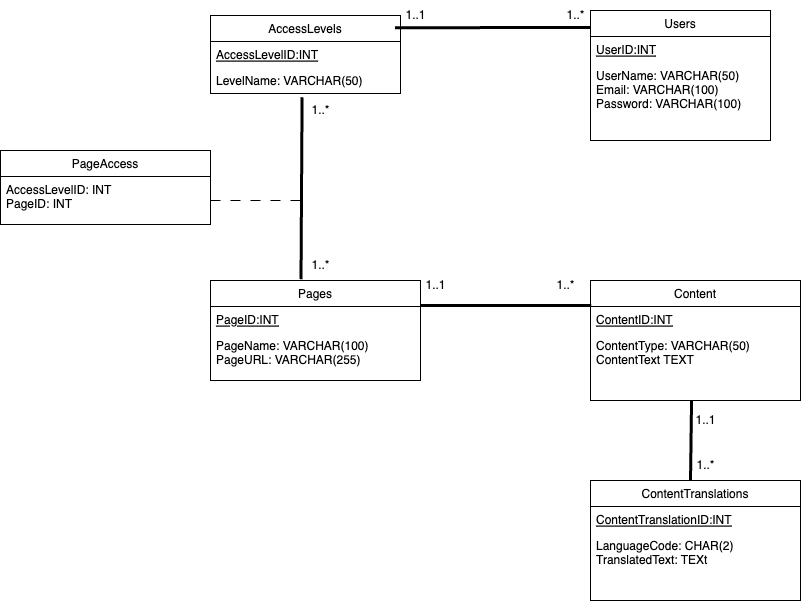
Earlier version of the draw.io export mywebapp/doc/BDD/Base de donées.png (cyang2001/APP-Informatique). Source tidied: cells renumbered, new cells last; positions are measured from the earlier drawing's top-left corner, leaving out a move shared by most shapes.
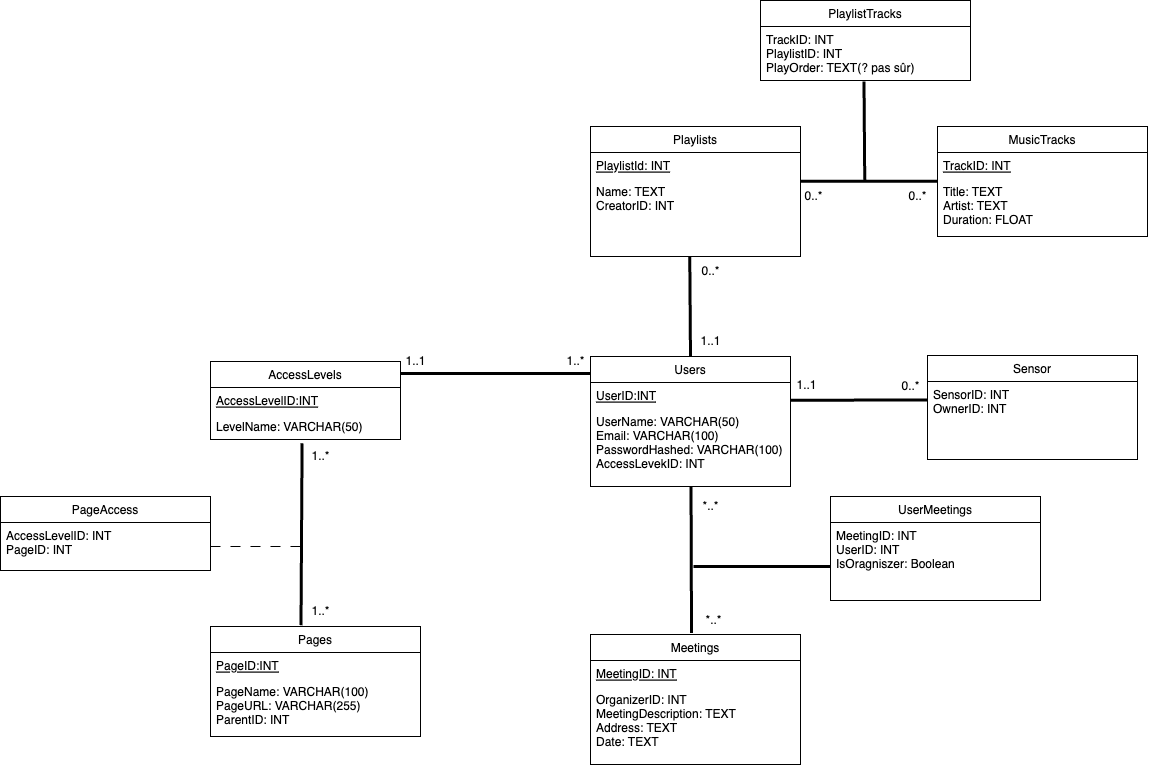
The same diagram one commit later.

The edit, as a diff of the source:
```diff
@@ -3,13 +3,13 @@
     <mxCell id="0" />
     <mxCell id="1" parent="0" />
     <mxCell id="2" value="Users" style="swimlane;fontStyle=0;horizontal=1;startSize=26;fillColor=none;" parent="1" vertex="1">
-      <mxGeometry x="590" y="10" width="180" height="130" as="geometry" />
+      <mxGeometry x="590" y="10" width="200" height="130" as="geometry" />
     </mxCell>
     <mxCell id="3" value="UserID:INT" style="text;strokeColor=none;fillColor=none;align=left;verticalAlign=top;spacingLeft=4;spacingRight=4;overflow=hidden;fontStyle=4;" parent="2" vertex="1">
-      <mxGeometry y="26" width="180" height="26" as="geometry" />
+      <mxGeometry y="26" width="200" height="26" as="geometry" />
     </mxCell>
-    <mxCell id="4" value="UserName: VARCHAR(50)&#10;Email: VARCHAR(100)&#10;Password: VARCHAR(100)&#10;" style="text;strokeColor=none;fillColor=none;align=left;verticalAlign=top;spacingLeft=4;spacingRight=4;overflow=hidden;" parent="2" vertex="1">
-      <mxGeometry y="52" width="180" height="78" as="geometry" />
+    <mxCell id="4" value="UserName: VARCHAR(50)&#10;Email: VARCHAR(100)&#10;PasswordHashed: VARCHAR(100)&#10;AccessLevekID: INT" style="text;strokeColor=none;fillColor=none;align=left;verticalAlign=top;spacingLeft=4;spacingRight=4;overflow=hidden;" parent="2" vertex="1">
+      <mxGeometry y="52" width="200" height="78" as="geometry" />
     </mxCell>
     <mxCell id="5" value="AccessLevels" style="swimlane;fontStyle=0;horizontal=1;startSize=26;fillColor=none;" parent="1" vertex="1">
       <mxGeometry x="210" y="15" width="190" height="78" as="geometry" />
@@ -21,13 +21,13 @@
       <mxGeometry y="52" width="190" height="26" as="geometry" />
     </mxCell>
     <mxCell id="8" value="Pages" style="swimlane;fontStyle=0;horizontal=1;startSize=26;fillColor=none;" parent="1" vertex="1">
-      <mxGeometry x="210" y="280" width="210" height="100" as="geometry" />
+      <mxGeometry x="210" y="280" width="210" height="110" as="geometry" />
     </mxCell>
     <mxCell id="9" value="PageID:INT" style="text;strokeColor=none;fillColor=none;align=left;verticalAlign=top;spacingLeft=4;spacingRight=4;overflow=hidden;fontStyle=4;" parent="8" vertex="1">
       <mxGeometry y="26" width="210" height="26" as="geometry" />
     </mxCell>
-    <mxCell id="10" value="PageName: VARCHAR(100)&#10;PageURL: VARCHAR(255)" style="text;strokeColor=none;fillColor=none;align=left;verticalAlign=top;spacingLeft=4;spacingRight=4;overflow=hidden;" parent="8" vertex="1">
-      <mxGeometry y="52" width="210" height="48" as="geometry" />
+    <mxCell id="10" value="PageName: VARCHAR(100)&#10;PageURL: VARCHAR(255)&#10;ParentID: INT&#10;" style="text;strokeColor=none;fillColor=none;align=left;verticalAlign=top;spacingLeft=4;spacingRight=4;overflow=hidden;" parent="8" vertex="1">
+      <mxGeometry y="52" width="210" height="58" as="geometry" />
     </mxCell>
     <mxCell id="11" value="PageAccess" style="swimlane;fontStyle=0;horizontal=1;startSize=26;fillColor=none;" parent="1" vertex="1">
       <mxGeometry y="150" width="210" height="74" as="geometry" />
@@ -35,8 +35,10 @@
     <mxCell id="12" value="AccessLevelID: INT&#10;PageID: INT" style="text;strokeColor=none;fillColor=none;align=left;verticalAlign=top;spacingLeft=4;spacingRight=4;overflow=hidden;points=[[0,0.5],[1,0.5]];portConstraint=eastwest;" parent="11" vertex="1">
       <mxGeometry y="26" width="210" height="48" as="geometry" />
     </mxCell>
-    <mxCell id="13" style="endArrow=none;startArrow=none;endFill=0;startFill=0;endSize=8;html=1;verticalAlign=bottom;labelBackgroundColor=none;strokeWidth=3;exitX=-0.01;exitY=0.91;exitDx=0;exitDy=0;exitPerimeter=0;entryX=-0.002;entryY=0.13;entryDx=0;entryDy=0;entryPerimeter=0;" parent="1" edge="1" source="14" target="2">
-      <mxGeometry relative="1" as="geometry" />
+    <mxCell id="13" style="endArrow=none;startArrow=none;endFill=0;startFill=0;endSize=8;html=1;verticalAlign=bottom;labelBackgroundColor=none;strokeWidth=3;entryX=-0.002;entryY=0.13;entryDx=0;entryDy=0;entryPerimeter=0;" parent="1" edge="1" target="2">
+      <mxGeometry relative="1" as="geometry">
+        <mxPoint x="400" y="27" as="sourcePoint" />
+      </mxGeometry>
     </mxCell>
     <mxCell id="14" value="1..1" style="text;html=1;align=center;verticalAlign=middle;points=[];strokeColor=none;fillColor=none;" parent="1" vertex="1">
       <mxGeometry x="395" width="40" height="30" as="geometry" />
@@ -58,44 +60,108 @@
     <mxCell id="19" value="1..*" style="text;html=1;align=center;verticalAlign=middle;strokeColor=none;fillColor=none;" parent="1" vertex="1">
       <mxGeometry x="300" y="250" width="40" height="30" as="geometry" />
     </mxCell>
-    <mxCell id="20" value="Content" style="swimlane;fontStyle=0;horizontal=1;startSize=26;fillColor=none;" parent="1" vertex="1">
-      <mxGeometry x="590" y="280" width="210" height="120" as="geometry" />
-    </mxCell>
-    <mxCell id="21" value="ContentID:INT" style="text;strokeColor=none;fillColor=none;align=left;verticalAlign=top;spacingLeft=4;spacingRight=4;overflow=hidden;points=[[0,0.5],[1,0.5]];portConstraint=eastwest;fontStyle=4;" parent="20" vertex="1">
-      <mxGeometry y="26" width="210" height="26" as="geometry" />
-    </mxCell>
-    <mxCell id="22" value="ContentType: VARCHAR(50)&#10;ContentText TEXT" style="text;strokeColor=none;fillColor=none;align=left;verticalAlign=top;spacingLeft=4;spacingRight=4;overflow=hidden;" parent="20" vertex="1">
-      <mxGeometry y="52" width="210" height="68" as="geometry" />
-    </mxCell>
-    <mxCell id="23" style="endArrow=none;startArrow=none;endFill=0;startFill=0;endSize=8;html=1;verticalAlign=bottom;labelBackgroundColor=none;strokeWidth=3;exitX=1;exitY=0.25;exitDx=0;exitDy=0;entryX=0.004;entryY=-0.042;entryDx=0;entryDy=0;entryPerimeter=0;" parent="1" edge="1" source="8" target="21">
-      <mxGeometry relative="1" as="geometry" />
-    </mxCell>
-    <mxCell id="24" value="1..1" style="text;html=1;align=center;verticalAlign=middle;strokeColor=none;fillColor=none;" parent="1" vertex="1">
-      <mxGeometry x="415" y="270" width="40" height="30" as="geometry" />
-    </mxCell>
-    <mxCell id="25" value="1..*" style="text;html=1;align=center;verticalAlign=middle;strokeColor=none;fillColor=none;" parent="1" vertex="1">
-      <mxGeometry x="545" y="270" width="40" height="30" as="geometry" />
-    </mxCell>
-    <mxCell id="26" value="ContentTranslations" style="swimlane;fontStyle=0;horizontal=1;startSize=26;fillColor=none;" parent="1" vertex="1">
-      <mxGeometry x="590" y="480" width="210" height="120" as="geometry" />
-    </mxCell>
-    <mxCell id="27" value="ContentTranslationID:INT" style="text;strokeColor=none;fillColor=none;align=left;verticalAlign=top;spacingLeft=4;spacingRight=4;overflow=hidden;fontStyle=4;" parent="26" vertex="1">
-      <mxGeometry y="26" width="210" height="26" as="geometry" />
-    </mxCell>
-    <mxCell id="28" value="LanguageCode: CHAR(2)&#10;TranslatedText: TEXt" style="text;strokeColor=none;fillColor=none;align=left;verticalAlign=top;spacingLeft=4;spacingRight=4;overflow=hidden;" parent="26" vertex="1">
-      <mxGeometry y="52" width="210" height="68" as="geometry" />
-    </mxCell>
-    <mxCell id="29" style="endArrow=none;startArrow=none;endFill=0;startFill=0;endSize=8;html=1;verticalAlign=bottom;labelBackgroundColor=none;strokeWidth=3;exitX=0.482;exitY=1.142;exitDx=0;exitDy=0;exitPerimeter=0;" parent="1" edge="1">
-      <mxGeometry relative="1" as="geometry">
-        <mxPoint x="691.1" y="400" as="sourcePoint" />
-        <mxPoint x="690" y="480" as="targetPoint" />
-      </mxGeometry>
-    </mxCell>
-    <mxCell id="30" value="1..1" style="text;html=1;align=center;verticalAlign=middle;strokeColor=none;fillColor=none;" parent="1" vertex="1">
-      <mxGeometry x="685" y="405" width="40" height="30" as="geometry" />
-    </mxCell>
-    <mxCell id="31" value="1..*" style="text;html=1;align=center;verticalAlign=middle;points=[];strokeColor=none;fillColor=none;" parent="1" vertex="1">
-      <mxGeometry x="685" y="450" width="40" height="30" as="geometry" />
+    <mxCell id="31" value="Meetings" style="swimlane;fontStyle=0;horizontal=1;startSize=26;fillColor=none;" parent="1" vertex="1">
+      <mxGeometry x="590" y="288" width="210" height="130" as="geometry" />
     </mxCell>
+    <mxCell id="32" value="MeetingID: INT" style="text;strokeColor=none;fillColor=none;align=left;verticalAlign=top;spacingLeft=4;spacingRight=4;overflow=hidden;fontStyle=4;" parent="31" vertex="1">
+      <mxGeometry y="26" width="210" height="26" as="geometry" />
+    </mxCell>
+    <mxCell id="33" value="OrganizerID: INT&#10;MeetingDescription: TEXT&#10;Address: TEXT&#10;Date: TEXT" style="text;strokeColor=none;fillColor=none;align=left;verticalAlign=top;spacingLeft=4;spacingRight=4;overflow=hidden;" parent="31" vertex="1">
+      <mxGeometry y="52" width="210" height="78" as="geometry" />
+    </mxCell>
+    <mxCell id="34" style="endArrow=none;startArrow=none;endFill=0;startFill=0;endSize=8;html=1;verticalAlign=bottom;labelBackgroundColor=none;strokeWidth=3;exitX=0.482;exitY=1.142;exitDx=0;exitDy=0;exitPerimeter=0;entryX=0.481;entryY=-0.012;entryDx=0;entryDy=0;entryPerimeter=0;" parent="1" edge="1" target="31">
+      <mxGeometry relative="1" as="geometry">
+        <mxPoint x="690.5" y="140" as="sourcePoint" />
+      </mxGeometry>
+    </mxCell>
+    <mxCell id="35" value="*..*" style="text;html=1;align=center;verticalAlign=middle;strokeColor=none;fillColor=none;" parent="1" vertex="1">
+      <mxGeometry x="690" y="145" width="40" height="30" as="geometry" />
+    </mxCell>
+    <mxCell id="36" value="*..*" style="text;html=1;align=center;verticalAlign=middle;strokeColor=none;fillColor=none;" parent="1" vertex="1">
+      <mxGeometry x="693" y="259" width="40" height="30" as="geometry" />
+    </mxCell>
+    <mxCell id="37" style="endArrow=none;startArrow=none;endFill=0;startFill=0;endSize=8;html=1;verticalAlign=bottom;labelBackgroundColor=none;strokeWidth=3;" parent="1" edge="1">
+      <mxGeometry relative="1" as="geometry">
+        <mxPoint x="693" y="220.1" as="sourcePoint" />
+        <mxPoint x="830" y="220" as="targetPoint" />
+      </mxGeometry>
+    </mxCell>
+    <mxCell id="38" value="UserMeetings" style="swimlane;fontStyle=0;horizontal=1;startSize=26;fillColor=none;" parent="1" vertex="1">
+      <mxGeometry x="830" y="150" width="210" height="104" as="geometry" />
+    </mxCell>
+    <mxCell id="39" value="MeetingID: INT&#10;UserID: INT&#10;IsOragniszer: Boolean" style="text;strokeColor=none;fillColor=none;align=left;verticalAlign=top;spacingLeft=4;spacingRight=4;overflow=hidden;" parent="38" vertex="1">
+      <mxGeometry y="26" width="210" height="78" as="geometry" />
+    </mxCell>
+    <mxCell id="40" value="MusicTracks" style="swimlane;fontStyle=0;horizontal=1;startSize=26;fillColor=none;" parent="1" vertex="1">
+      <mxGeometry x="937" y="-220" width="210" height="110" as="geometry" />
+    </mxCell>
+    <mxCell id="41" value="TrackID: INT" style="text;strokeColor=none;fillColor=none;align=left;verticalAlign=top;spacingLeft=4;spacingRight=4;overflow=hidden;fontStyle=4;" parent="40" vertex="1">
+      <mxGeometry y="26" width="210" height="26" as="geometry" />
+    </mxCell>
+    <mxCell id="42" value="Title: TEXT&#10;Artist: TEXT&#10;Duration: FLOAT" style="text;strokeColor=none;fillColor=none;align=left;verticalAlign=top;spacingLeft=4;spacingRight=4;overflow=hidden;" parent="40" vertex="1">
+      <mxGeometry y="52" width="210" height="58" as="geometry" />
+    </mxCell>
+    <mxCell id="43" value="Playlists" style="swimlane;fontStyle=0;horizontal=1;startSize=26;fillColor=none;" parent="1" vertex="1">
+      <mxGeometry x="590" y="-220" width="210" height="130" as="geometry" />
+    </mxCell>
+    <mxCell id="44" value="PlaylistId: INT" style="text;strokeColor=none;fillColor=none;align=left;verticalAlign=top;spacingLeft=4;spacingRight=4;overflow=hidden;fontStyle=4;" parent="43" vertex="1">
+      <mxGeometry y="26" width="210" height="26" as="geometry" />
+    </mxCell>
+    <mxCell id="45" value="Name: TEXT&#10;CreatorID: INT" style="text;strokeColor=none;fillColor=none;align=left;verticalAlign=top;spacingLeft=4;spacingRight=4;overflow=hidden;" parent="43" vertex="1">
+      <mxGeometry y="52" width="210" height="78" as="geometry" />
+    </mxCell>
+    <mxCell id="46" style="endArrow=none;startArrow=none;endFill=0;startFill=0;endSize=8;html=1;verticalAlign=bottom;labelBackgroundColor=none;strokeWidth=3;exitX=0.482;exitY=1.142;exitDx=0;exitDy=0;exitPerimeter=0;entryX=0.5;entryY=0;entryDx=0;entryDy=0;" parent="1" edge="1" target="2">
+      <mxGeometry relative="1" as="geometry">
+        <mxPoint x="689.3" y="-90" as="sourcePoint" />
+      </mxGeometry>
+    </mxCell>
+    <mxCell id="47" value="1..1" style="text;html=1;align=center;verticalAlign=middle;strokeColor=none;fillColor=none;" parent="1" vertex="1">
+      <mxGeometry x="690" y="-20" width="40" height="30" as="geometry" />
+    </mxCell>
+    <mxCell id="48" value="0..*" style="text;html=1;align=center;verticalAlign=middle;strokeColor=none;fillColor=none;" parent="1" vertex="1">
+      <mxGeometry x="690" y="-90" width="40" height="30" as="geometry" />
+    </mxCell>
+    <mxCell id="49" style="endArrow=none;startArrow=none;endFill=0;startFill=0;endSize=8;html=1;verticalAlign=bottom;labelBackgroundColor=none;strokeWidth=3;" parent="1" edge="1">
+      <mxGeometry relative="1" as="geometry">
+        <mxPoint x="800" y="-165.3" as="sourcePoint" />
+        <mxPoint x="937" y="-165.4" as="targetPoint" />
+      </mxGeometry>
+    </mxCell>
+    <mxCell id="50" value="0..*" style="text;html=1;align=center;verticalAlign=middle;strokeColor=none;fillColor=none;" parent="1" vertex="1">
+      <mxGeometry x="793" y="-165" width="40" height="30" as="geometry" />
+    </mxCell>
+    <mxCell id="51" value="0..*" style="text;html=1;align=center;verticalAlign=middle;strokeColor=none;fillColor=none;" parent="1" vertex="1">
+      <mxGeometry x="897" y="-165" width="40" height="30" as="geometry" />
+    </mxCell>
+    <mxCell id="52" style="endArrow=none;startArrow=none;endFill=0;startFill=0;endSize=8;html=1;verticalAlign=bottom;labelBackgroundColor=none;strokeWidth=3;exitX=0.482;exitY=1.142;exitDx=0;exitDy=0;exitPerimeter=0;entryX=0.5;entryY=0;entryDx=0;entryDy=0;" parent="1" edge="1">
+      <mxGeometry relative="1" as="geometry">
+        <mxPoint x="863.5" y="-265" as="sourcePoint" />
+        <mxPoint x="864.2" y="-165" as="targetPoint" />
+      </mxGeometry>
+    </mxCell>
+    <mxCell id="53" value="PlaylistTracks" style="swimlane;fontStyle=0;horizontal=1;startSize=26;fillColor=none;" parent="1" vertex="1">
+      <mxGeometry x="760" y="-346" width="210" height="80" as="geometry" />
+    </mxCell>
+    <mxCell id="54" value="TrackID: INT&#10;PlaylistID: INT&#10;PlayOrder: TEXT(? pas sûr)" style="text;strokeColor=none;fillColor=none;align=left;verticalAlign=top;spacingLeft=4;spacingRight=4;overflow=hidden;" parent="53" vertex="1">
+      <mxGeometry y="26" width="210" height="54" as="geometry" />
+    </mxCell>
+    <mxCell id="55" style="endArrow=none;startArrow=none;endFill=0;startFill=0;endSize=8;html=1;verticalAlign=bottom;labelBackgroundColor=none;strokeWidth=3;" parent="1" edge="1">
+      <mxGeometry relative="1" as="geometry">
+        <mxPoint x="790" y="53.7" as="sourcePoint" />
+        <mxPoint x="927" y="53.6" as="targetPoint" />
+      </mxGeometry>
+    </mxCell>
+    <mxCell id="56" value="Sensor" style="swimlane;fontStyle=0;horizontal=1;startSize=26;fillColor=none;" parent="1" vertex="1">
+      <mxGeometry x="927" y="9" width="210" height="104" as="geometry" />
+    </mxCell>
+    <mxCell id="57" value="SensorID: INT&#10;OwnerID: INT" style="text;strokeColor=none;fillColor=none;align=left;verticalAlign=top;spacingLeft=4;spacingRight=4;overflow=hidden;fontStyle=0;" parent="56" vertex="1">
+      <mxGeometry y="26" width="210" height="78" as="geometry" />
+    </mxCell>
+    <mxCell id="58" value="1..1" style="text;html=1;align=center;verticalAlign=middle;strokeColor=none;fillColor=none;" parent="1" vertex="1">
+      <mxGeometry x="786" y="24" width="40" height="30" as="geometry" />
+    </mxCell>
+    <mxCell id="59" value="0..*" style="text;html=1;align=center;verticalAlign=middle;strokeColor=none;fillColor=none;" parent="1" vertex="1">
+      <mxGeometry x="890" y="25" width="40" height="30" as="geometry" />
+    </mxCell>
   </root>
 </mxGraphModel>
```
